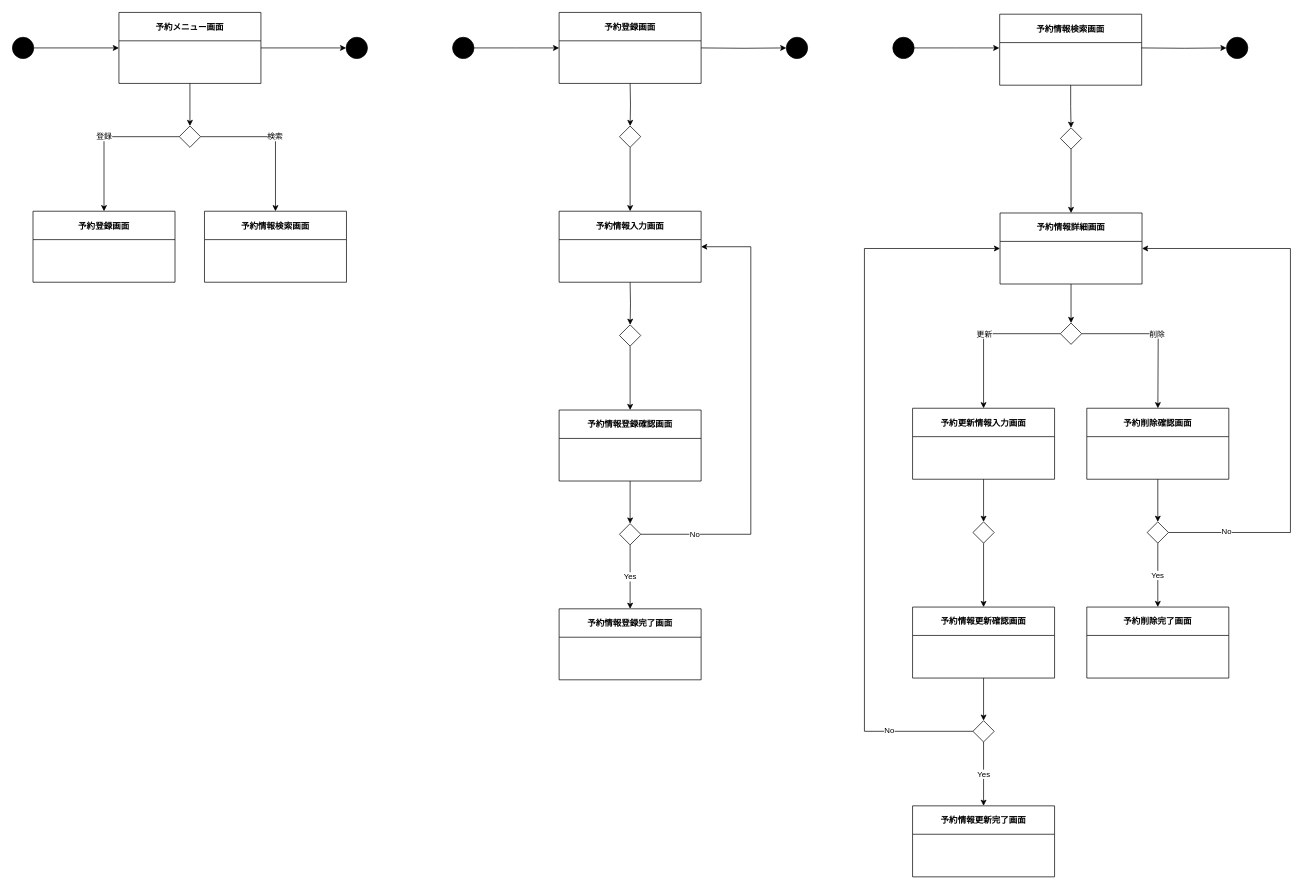
Earlier version of the draw.io diagram Documents/図書管理システム/成果物/20_外部設計/21_画面推移図/drawio/RM.drawio (charlie24403/Librarians). Source tidied: cells renumbered, new cells numbered last; positions are measured from the earlier drawing's top-left corner, leaving out a move shared by most shapes. Both pictures are drawn from the tidied source at 71%, with x=0, y=0 at pixel (12, 12).
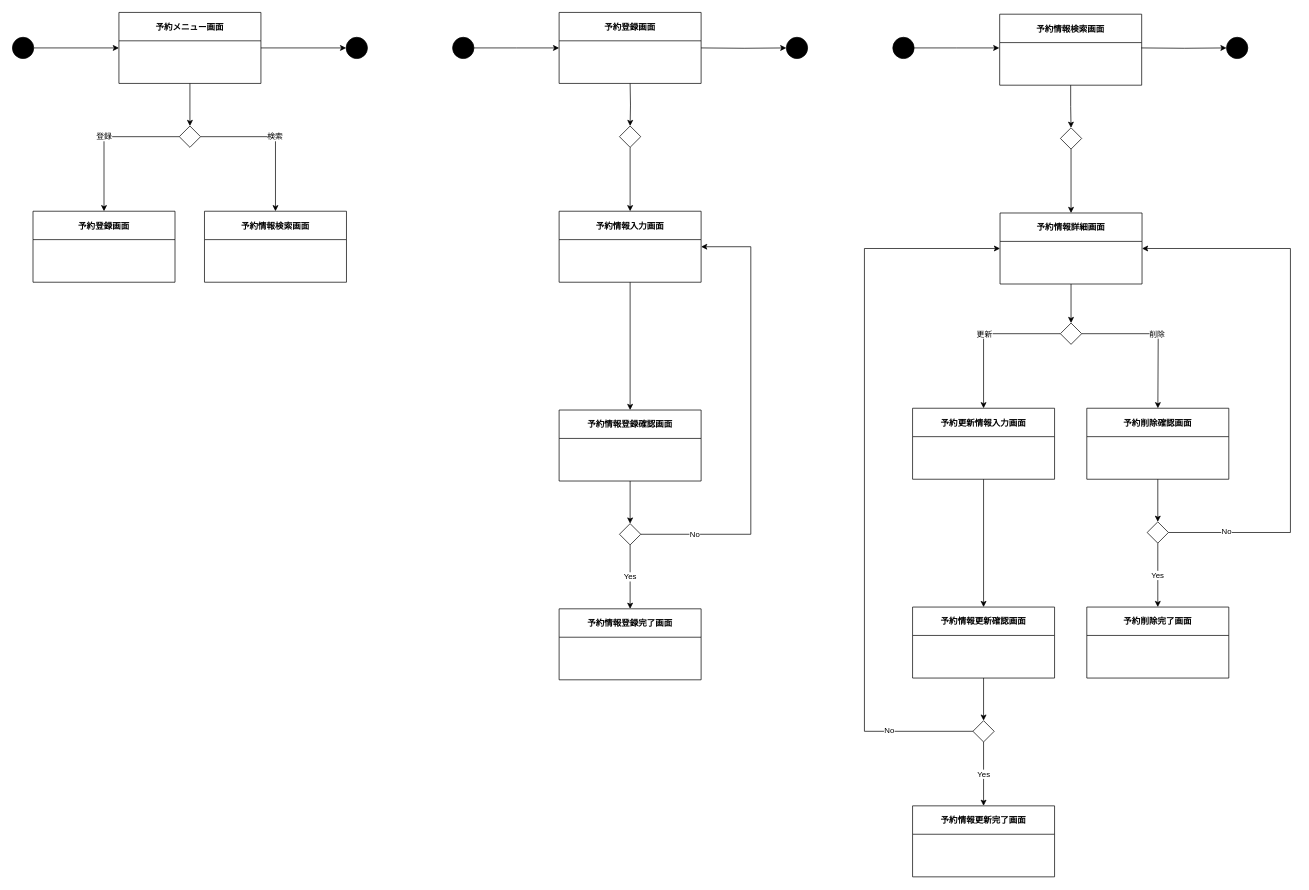
After the change.

Unchanged cells that the change refers to:
```xml
<mxCell id="23" value="予約更新情報入力画面" style="swimlane;startSize=40;" parent="1" vertex="1">
  <mxGeometry x="1267.8" y="557.5" width="200" height="100" as="geometry" />
</mxCell>
<mxCell id="30" value="予約情報更新確認画面" style="swimlane;startSize=40;" parent="1" vertex="1">
  <mxGeometry x="1267.8" y="837.5" width="200" height="100" as="geometry" />
</mxCell>
<mxCell id="42" value="予約情報登録確認画面" style="swimlane;startSize=40;" parent="1" vertex="1">
  <mxGeometry x="770" y="560" width="200" height="100" as="geometry" />
</mxCell>
<mxCell id="58" value="予約情報入力画面" style="swimlane;startSize=40;" parent="1" vertex="1">
  <mxGeometry x="770" y="280" width="200" height="100" as="geometry" />
</mxCell>
```

What changed in the source:
```diff
@@
-    <mxCell id="15" style="edgeStyle=orthogonalEdgeStyle;rounded=0;jettySize=auto;html=1;" parent="1" edge="1" target="48">
-      <mxGeometry relative="1" as="geometry">
-        <mxPoint x="870" y="380" as="sourcePoint" />
-      </mxGeometry>
-    </mxCell>
@@
-    <mxCell id="22" style="edgeStyle=orthogonalEdgeStyle;rounded=0;jettySize=auto;html=1;entryX=0.5;entryY=0;entryDx=0;entryDy=0;" parent="1" edge="1" source="23" target="32">
-      <mxGeometry relative="1" as="geometry" />
-    </mxCell>
+    <mxCell id="61" style="edgeStyle=orthogonalEdgeStyle;rounded=0;jettySize=auto;html=1;entryX=0.5;entryY=0;entryDx=0;entryDy=0;" parent="1" edge="1" source="23" target="30">
+      <mxGeometry relative="1" as="geometry" />
+    </mxCell>
@@
-    <mxCell id="31" style="edgeStyle=orthogonalEdgeStyle;rounded=0;jettySize=auto;html=1;" parent="1" edge="1" source="32" target="30">
-      <mxGeometry relative="1" as="geometry" />
-    </mxCell>
-    <mxCell id="32" style="rhombus;whiteSpace=wrap;html=1;fillColor=#FFFFFF;" parent="1" vertex="1">
-      <mxGeometry x="1352.8" y="717.5" width="30" height="30" as="geometry" />
-    </mxCell>
@@
-    <mxCell id="47" style="edgeStyle=orthogonalEdgeStyle;rounded=0;jettySize=auto;html=1;" parent="1" edge="1" source="48" target="42">
-      <mxGeometry relative="1" as="geometry" />
-    </mxCell>
-    <mxCell id="48" style="rhombus;whiteSpace=wrap;html=1;fillColor=#FFFFFF;" parent="1" vertex="1">
-      <mxGeometry x="855" y="440" width="30" height="30" as="geometry" />
-    </mxCell>
@@
+    <mxCell id="62" style="edgeStyle=orthogonalEdgeStyle;rounded=0;jettySize=auto;html=1;entryX=0.5;entryY=0;entryDx=0;entryDy=0;" parent="1" edge="1" source="58" target="42">
+      <mxGeometry relative="1" as="geometry" />
+    </mxCell>
```
